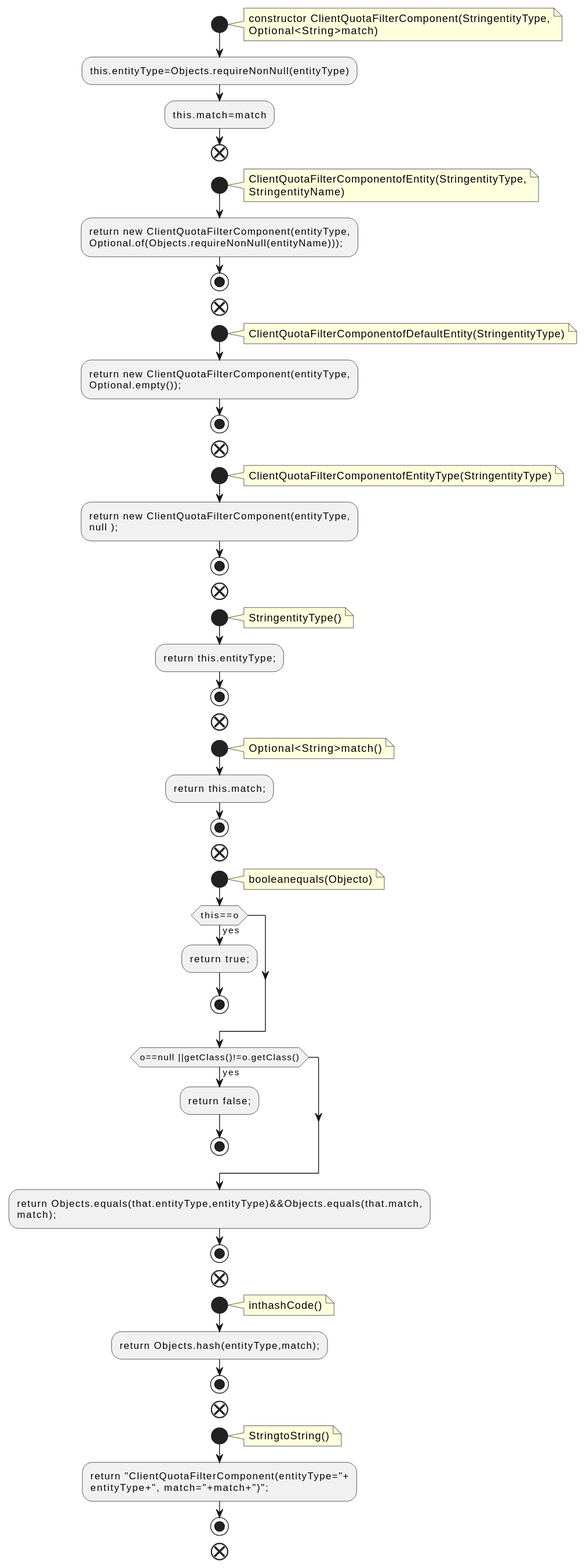
The PlantUML diagram docs/qc/clients/src/main/java/org/apache/kafka/common/quota/ClientQuotaFilterComponent.java.fct.svg in qualitesys/kafka, before a commit. Source of this version:
```plantuml
@startuml
!pragma layout smetana
start
note right
constructor ClientQuotaFilterComponent(StringentityType,
Optional<String>match)
end note
:this.entityType=Objects.requireNonNull(entityType);
:this.match=match;
end
start
note right
ClientQuotaFilterComponentofEntity(StringentityType,
StringentityName)
end note
:return new ClientQuotaFilterComponent(entityType,
Optional.of(Objects.requireNonNull(entityName)));;
stop
end
start
note right
ClientQuotaFilterComponentofDefaultEntity(StringentityType)
end note
:return new ClientQuotaFilterComponent(entityType,
Optional.empty());;
stop
end
start
note right
ClientQuotaFilterComponentofEntityType(StringentityType)
end note
:return new ClientQuotaFilterComponent(entityType,
null );;
stop
end
start
note right
StringentityType()
end note
:return this.entityType;;
stop
end
start
note right
Optional<String>match()
end note
:return this.match;;
stop
end
start
note right
booleanequals(Objecto)
end note
if (this==o) then (yes)
:return true;;
stop
endif
if (o==null ||getClass()!=o.getClass()) then (yes)
:return false;;
stop
endif
:return Objects.equals(that.entityType,entityType)&&Objects.equals(that.match,
match);;
stop
end
start
note right
inthashCode()
end note
:return Objects.hash(entityType,match);;
stop
end
start
note right
StringtoString()
end note
:return "ClientQuotaFilterComponent(entityType="+
entityType+", match="+match+")";;
stop
end
@enduml
```
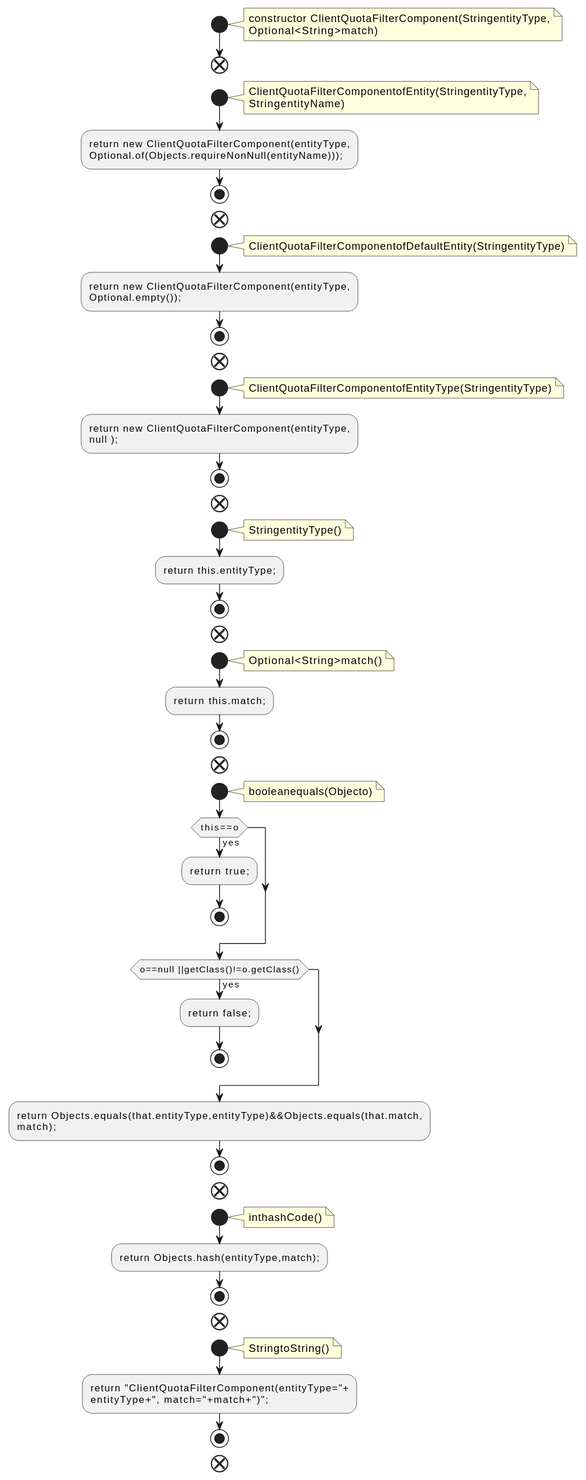
After the commit.

Change to the diagram source:
```diff
@@ -5,8 +5,6 @@
 constructor ClientQuotaFilterComponent(StringentityType,
 Optional<String>match)
 end note
-:this.entityType=Objects.requireNonNull(entityType);
-:this.match=match;
 end
 start
 note right
```
